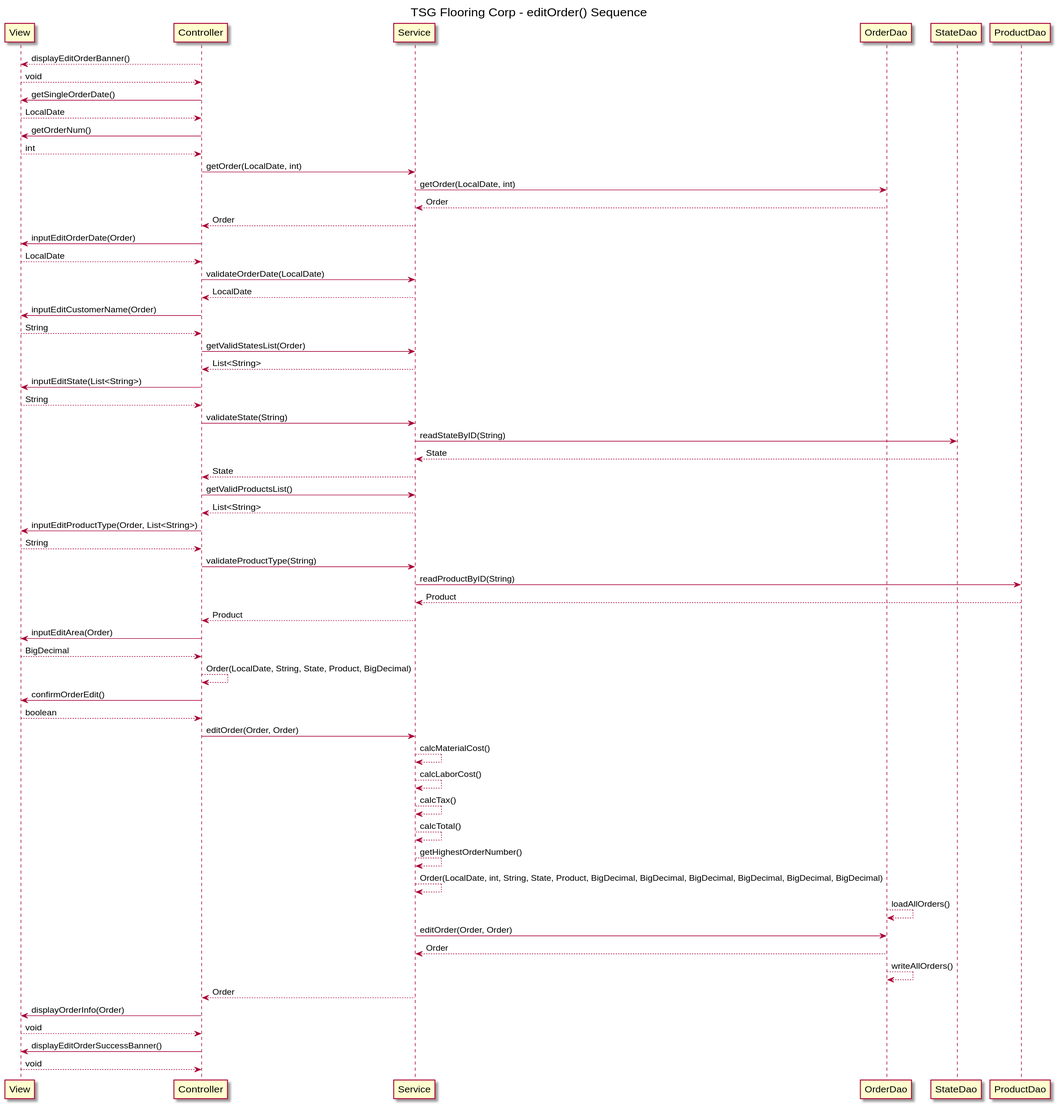
This is Mastery/uml/uml editOrder V4.svg from NarishSingh/SG4-Spring, a PlantUML export, as it was before one commit. Its diagram source:
```plantuml
@startuml
title TSG Flooring Corp - editOrder() Sequence

View <-- Controller : displayEditOrderBanner()
View --> Controller : void

View <- Controller : getSingleOrderDate()
View --> Controller : LocalDate
View <- Controller : getOrderNum()
View --> Controller : int

Controller -> Service : getOrder(LocalDate, int)
Service -> OrderDao : getOrder(LocalDate, int)
OrderDao --> Service : Order
Service --> Controller : Order

View <- Controller : inputEditOrderDate(Order)
View --> Controller : LocalDate
Controller -> Service : validateOrderDate(LocalDate)
Service --> Controller : LocalDate

View <- Controller : inputEditCustomerName(Order)
View --> Controller : String

Controller -> Service : getValidStatesList(Order)
Service --> Controller : List<String>
View <- Controller : inputEditState(List<String>)
View --> Controller : String
Controller -> Service : validateState(String)
Service -> StateDao : readStateByID(String)
StateDao --> Service : State
Service --> Controller : State

Controller -> Service : getValidProductsList()
Service --> Controller : List<String>
View <- Controller : inputEditProductType(Order, List<String>)
View --> Controller : String
Controller -> Service : validateProductType(String)
Service -> ProductDao : readProductByID(String)
ProductDao --> Service : Product
Service --> Controller : Product

View <- Controller : inputEditArea(Order)
View --> Controller : BigDecimal
Controller --> Controller : Order(LocalDate, String, State, Product, BigDecimal)

Controller -> View : confirmOrderEdit()
View --> Controller : boolean

Controller -> Service: editOrder(Order, Order)
Service --> Service : calcMaterialCost()
Service --> Service : calcLaborCost()
Service --> Service : calcTax()
Service --> Service : calcTotal()
Service --> Service : getHighestOrderNumber()
Service --> Service : Order(LocalDate, int, String, State, Product, BigDecimal, BigDecimal, BigDecimal, BigDecimal, BigDecimal, BigDecimal)
OrderDao --> OrderDao : loadAllOrders()
Service -> OrderDao : editOrder(Order, Order)
OrderDao --> Service : Order
OrderDao --> OrderDao : writeAllOrders()
Service --> Controller : Order


Controller -> View : displayOrderInfo(Order)
View --> Controller : void

Controller -> View : displayEditOrderSuccessBanner()
View --> Controller : void
@enduml
```
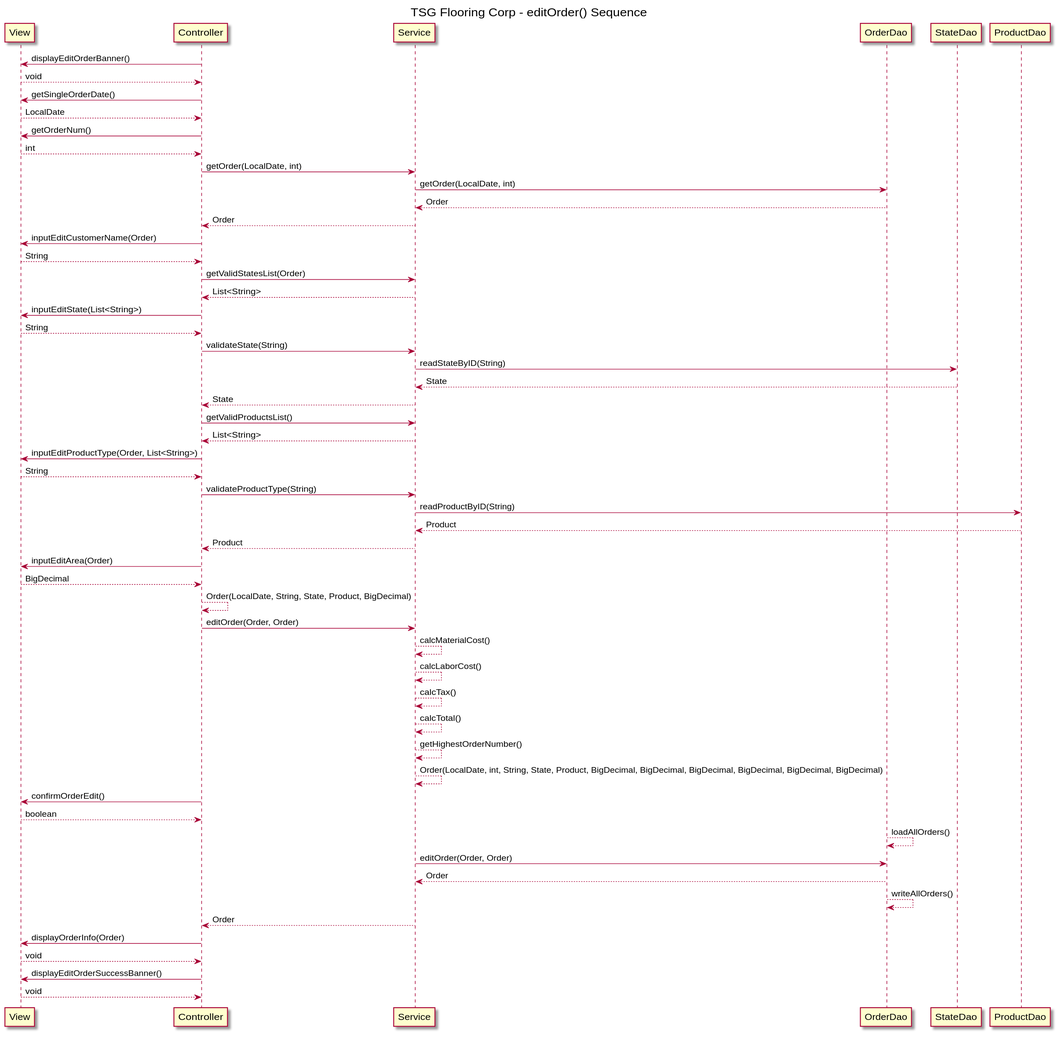
The same diagram one commit later.

Commit message:
edits to addOrder and editOrder UML, changed order of user confirmation

The edit, as a diff of the source:
```diff
@@ -1,7 +1,7 @@
 @startuml
 title TSG Flooring Corp - editOrder() Sequence
 
-View <-- Controller : displayEditOrderBanner()
+View <- Controller : displayEditOrderBanner()
 View --> Controller : void
 
 View <- Controller : getSingleOrderDate()
@@ -13,11 +13,6 @@
 Service -> OrderDao : getOrder(LocalDate, int)
 OrderDao --> Service : Order
 Service --> Controller : Order
-
-View <- Controller : inputEditOrderDate(Order)
-View --> Controller : LocalDate
-Controller -> Service : validateOrderDate(LocalDate)
-Service --> Controller : LocalDate
 
 View <- Controller : inputEditCustomerName(Order)
 View --> Controller : String
@@ -44,9 +39,6 @@
 View --> Controller : BigDecimal
 Controller --> Controller : Order(LocalDate, String, State, Product, BigDecimal)
 
-Controller -> View : confirmOrderEdit()
-View --> Controller : boolean
-
 Controller -> Service: editOrder(Order, Order)
 Service --> Service : calcMaterialCost()
 Service --> Service : calcLaborCost()
@@ -54,6 +46,10 @@
 Service --> Service : calcTotal()
 Service --> Service : getHighestOrderNumber()
 Service --> Service : Order(LocalDate, int, String, State, Product, BigDecimal, BigDecimal, BigDecimal, BigDecimal, BigDecimal, BigDecimal)
+
+Controller -> View : confirmOrderEdit()
+View --> Controller : boolean
+
 OrderDao --> OrderDao : loadAllOrders()
 Service -> OrderDao : editOrder(Order, Order)
 OrderDao --> Service : Order
```
